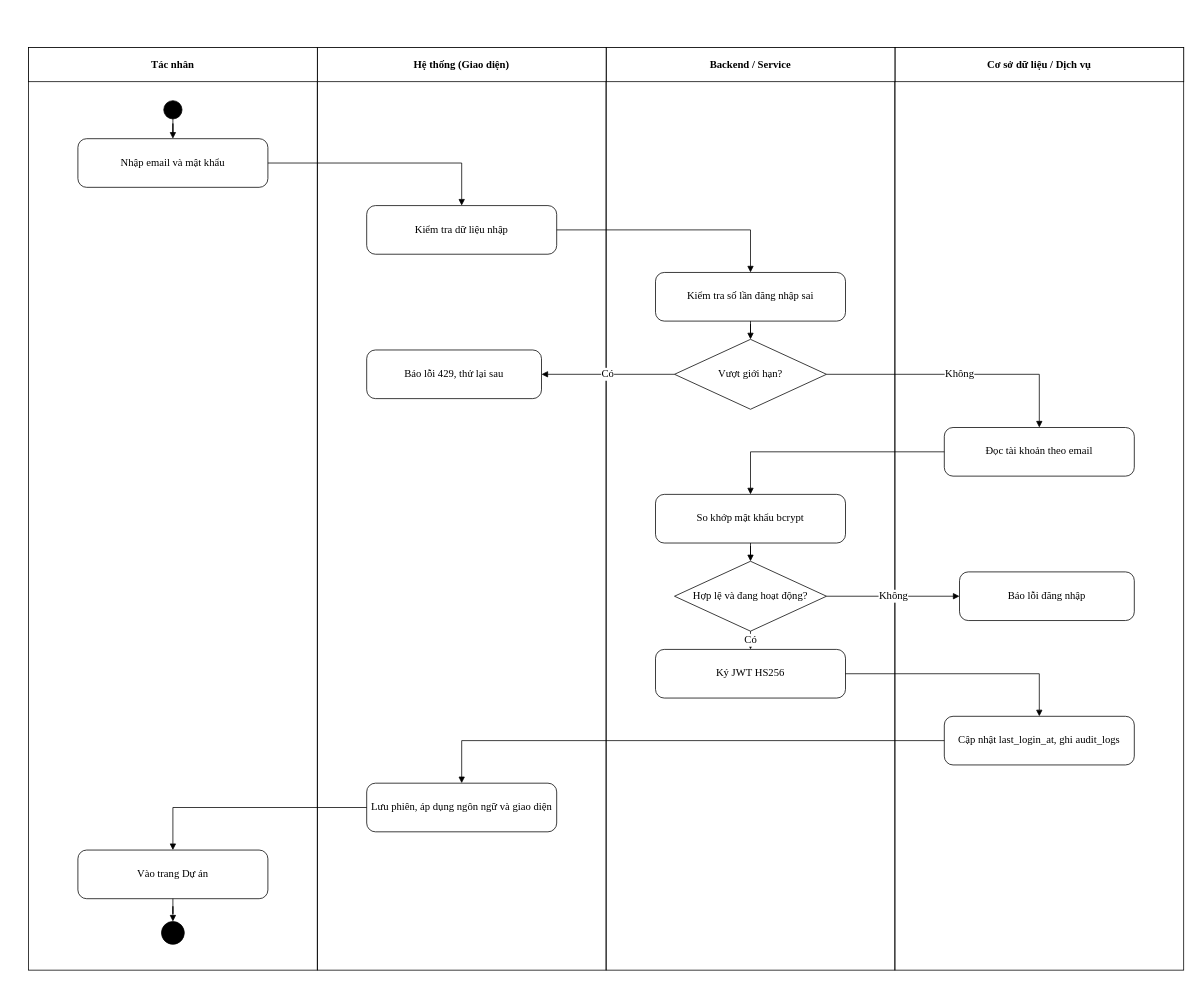
Before: page "Hình 2.3. Biểu đồ hoạt động chức năng đăng nhập" (4 of 29) of docs/bao-cao/bieu-do-bao-cao.drawio in nguyentrongtuyen3101/HYBRID-ACCHECK, a draw.io diagram. Source tidied: cells renumbered, new cells numbered last; positions are measured from the earlier drawing's top-left corner, leaving out a move shared by most shapes. Both pictures are drawn from the tidied source at 76%, with x=0, y=0 at pixel (28, 47).
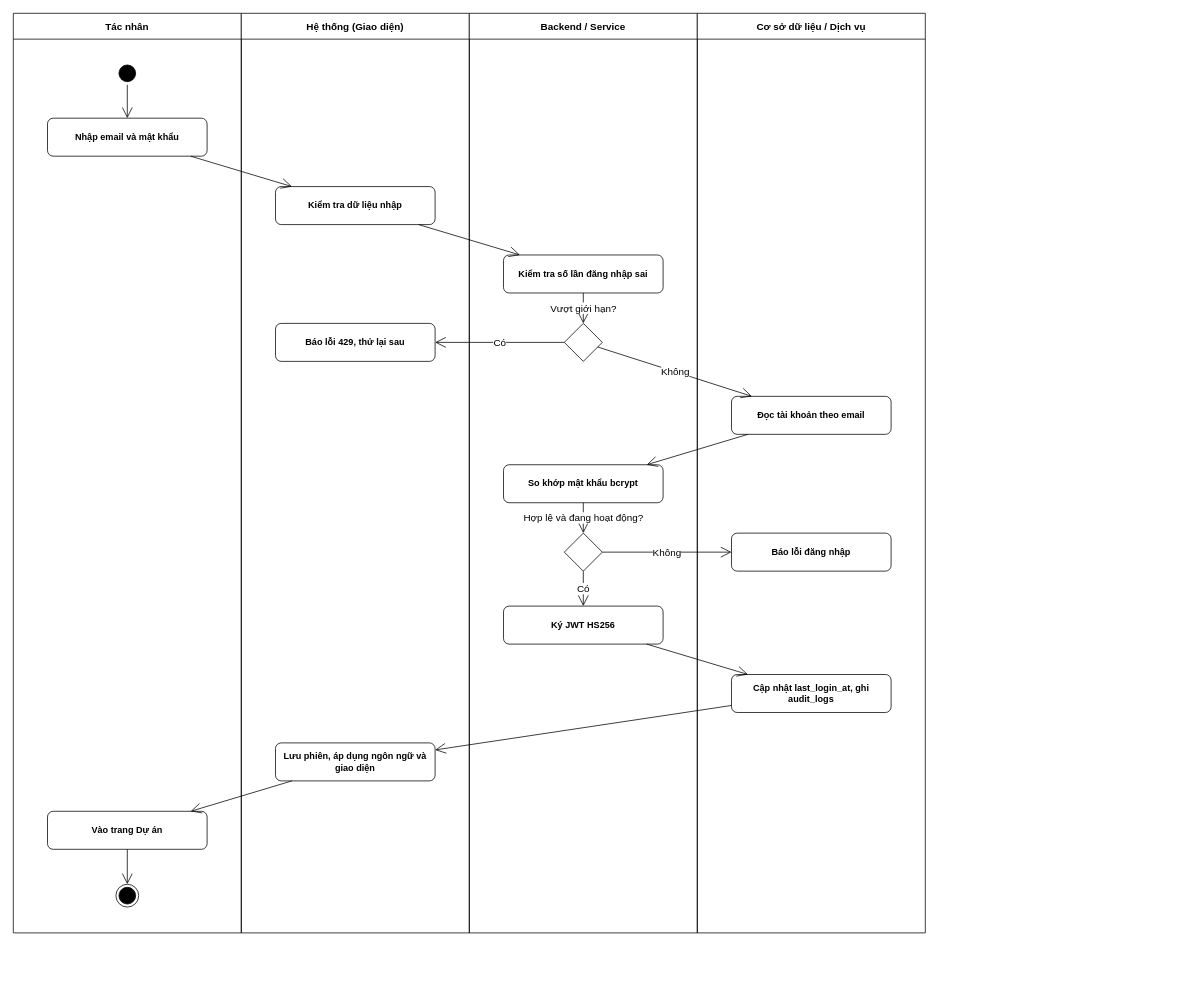
The same page after the edit.

Commit message (it also covers changes not shown here):
Báo cáo: vẽ lại 29 biểu đồ theo style UML mẫu mới, cập nhật thư mục reqsentinel

- bieu-do-bao-cao.drawio: use case/hoạt động/trình tự (BCE)/lớp/CSDL/kiến trúc/triển khai
  vẽ lại đen trắng, font mặc định, mũi tên mở; nội dung giữ nguyên
- docx: thay ảnh Hình 1.2, 2.1–2.27, 3.1; tính lại số trang mục lục/danh mục (86 trang)
- sửa 2 câu hướng dẫn triển khai: deploy/ -> reqsentinel/, lệnh ./reqsentinel/up.sh

Diff of the diagram source:
```diff
@@
+    <mxCell id="8" value="Tác nhân" style="swimlane;whiteSpace=wrap;html=1;startSize=34;fontStyle=1;fontSize=13;" parent="1" vertex="1">
+      <mxGeometry x="-20" y="-45" width="300" height="1210" as="geometry" />
+    </mxCell>
+    <mxCell id="6" value="Hệ thống (Giao diện)" style="swimlane;whiteSpace=wrap;html=1;startSize=34;fontStyle=1;fontSize=13;" parent="1" vertex="1">
+      <mxGeometry x="280" y="-45" width="300" height="1210" as="geometry" />
+    </mxCell>
+    <mxCell id="4" value="Backend / Service" style="swimlane;whiteSpace=wrap;html=1;startSize=34;fontStyle=1;fontSize=13;" parent="1" vertex="1">
+      <mxGeometry x="580" y="-45" width="300" height="1210" as="geometry" />
+    </mxCell>
-    <mxCell id="2" style="rounded=0;fillColor=none;strokeColor=#000000;" parent="1" vertex="1">
-      <mxGeometry x="1140" width="380" height="1214" as="geometry" />
+    <mxCell id="2" value="Cơ sở dữ liệu / Dịch vụ" style="swimlane;whiteSpace=wrap;html=1;startSize=34;fontStyle=1;fontSize=13;" parent="1" vertex="1">
+      <mxGeometry x="880" y="-45" width="300" height="1210" as="geometry" />
     </mxCell>
-    <mxCell id="3" value="Cơ sở dữ liệu / Dịch vụ" style="fontFamily=Times New Roman;fontSize=14;whiteSpace=wrap;html=1;align=center;verticalAlign=middle;rounded=0;fillColor=#ffffff;strokeColor=#000000;strokeWidth=1;fontStyle=1;" parent="1" vertex="1">
-      <mxGeometry x="1140" width="380" height="45" as="geometry" />
-    </mxCell>
-    <mxCell id="4" style="rounded=0;fillColor=none;strokeColor=#000000;" parent="1" vertex="1">
-      <mxGeometry x="760" width="380" height="1214" as="geometry" />
-    </mxCell>
-    <mxCell id="5" value="Backend / Service" style="fontFamily=Times New Roman;fontSize=14;whiteSpace=wrap;html=1;align=center;verticalAlign=middle;rounded=0;fillColor=#ffffff;strokeColor=#000000;strokeWidth=1;fontStyle=1;" parent="1" vertex="1">
-      <mxGeometry x="760" width="380" height="45" as="geometry" />
-    </mxCell>
-    <mxCell id="6" style="rounded=0;fillColor=none;strokeColor=#000000;" parent="1" vertex="1">
-      <mxGeometry x="380" width="380" height="1214" as="geometry" />
-    </mxCell>
-    <mxCell id="7" value="Hệ thống (Giao diện)" style="fontFamily=Times New Roman;fontSize=14;whiteSpace=wrap;html=1;align=center;verticalAlign=middle;rounded=0;fillColor=#ffffff;strokeColor=#000000;strokeWidth=1;fontStyle=1;" parent="1" vertex="1">
-      <mxGeometry x="380" width="380" height="45" as="geometry" />
-    </mxCell>
-    <mxCell id="8" style="rounded=0;fillColor=none;strokeColor=#000000;" parent="1" vertex="1">
-      <mxGeometry width="380" height="1214" as="geometry" />
-    </mxCell>
-    <mxCell id="9" value="Tác nhân" style="fontFamily=Times New Roman;fontSize=14;whiteSpace=wrap;html=1;align=center;verticalAlign=middle;rounded=0;fillColor=#ffffff;strokeColor=#000000;strokeWidth=1;fontStyle=1;" parent="1" vertex="1">
-      <mxGeometry width="380" height="45" as="geometry" />
-    </mxCell>
-    <mxCell id="10" style="ellipse;fillColor=#000000;strokeColor=#000000;" parent="1" vertex="1">
-      <mxGeometry x="178" y="70" width="24" height="24" as="geometry" />
+    <mxCell id="10" style="ellipse;html=1;shape=startState;fillColor=#000000;strokeColor=#000000;" parent="1" vertex="1">
+      <mxGeometry x="115" y="19" width="30" height="30" as="geometry" />
     </mxCell>
-    <mxCell id="11" value="Nhập email và mật khẩu" style="fontFamily=Times New Roman;fontSize=14;whiteSpace=wrap;html=1;align=center;verticalAlign=middle;rounded=1;arcSize=18;fillColor=#ffffff;strokeColor=#000000;strokeWidth=1;" parent="1" vertex="1">
-      <mxGeometry x="65" y="120" width="250" height="64" as="geometry" />
+    <mxCell id="11" value="Nhập email và mật khẩu" style="rounded=1;whiteSpace=wrap;html=1;fontSize=12;fontStyle=1;" parent="1" vertex="1">
+      <mxGeometry x="25" y="93" width="210" height="50" as="geometry" />
     </mxCell>
-    <mxCell id="12" style="fontFamily=Times New Roman;fontSize=14;edgeStyle=orthogonalEdgeStyle;rounded=0;jettySize=auto;html=1;endArrow=block;endFill=1;strokeColor=#000000;strokeWidth=1;" parent="1" edge="1" source="10" target="11">
+    <mxCell id="12" style="endArrow=open;endFill=1;endSize=12;html=1;rounded=0;fontSize=13;" parent="1" edge="1" source="10" target="11">
       <mxGeometry relative="1" as="geometry" />
     </mxCell>
-    <mxCell id="13" value="Kiểm tra dữ liệu nhập" style="fontFamily=Times New Roman;fontSize=14;whiteSpace=wrap;html=1;align=center;verticalAlign=middle;rounded=1;arcSize=18;fillColor=#ffffff;strokeColor=#000000;strokeWidth=1;" parent="1" vertex="1">
-      <mxGeometry x="445" y="208" width="250" height="64" as="geometry" />
+    <mxCell id="13" value="Kiểm tra dữ liệu nhập" style="rounded=1;whiteSpace=wrap;html=1;fontSize=12;fontStyle=1;" parent="1" vertex="1">
+      <mxGeometry x="325" y="183" width="210" height="50" as="geometry" />
     </mxCell>
-    <mxCell id="14" style="fontFamily=Times New Roman;fontSize=14;edgeStyle=orthogonalEdgeStyle;rounded=0;jettySize=auto;html=1;endArrow=block;endFill=1;strokeColor=#000000;strokeWidth=1;" parent="1" edge="1" source="11" target="13">
+    <mxCell id="14" style="endArrow=open;endFill=1;endSize=12;html=1;rounded=0;fontSize=13;" parent="1" edge="1" source="11" target="13">
       <mxGeometry relative="1" as="geometry" />
     </mxCell>
-    <mxCell id="15" value="Kiểm tra số lần đăng nhập sai" style="fontFamily=Times New Roman;fontSize=14;whiteSpace=wrap;html=1;align=center;verticalAlign=middle;rounded=1;arcSize=18;fillColor=#ffffff;strokeColor=#000000;strokeWidth=1;" parent="1" vertex="1">
-      <mxGeometry x="825" y="296" width="250" height="64" as="geometry" />
+    <mxCell id="15" value="Kiểm tra số lần đăng nhập sai" style="rounded=1;whiteSpace=wrap;html=1;fontSize=12;fontStyle=1;" parent="1" vertex="1">
+      <mxGeometry x="625" y="273" width="210" height="50" as="geometry" />
     </mxCell>
-    <mxCell id="16" style="fontFamily=Times New Roman;fontSize=14;edgeStyle=orthogonalEdgeStyle;rounded=0;jettySize=auto;html=1;endArrow=block;endFill=1;strokeColor=#000000;strokeWidth=1;" parent="1" edge="1" source="13" target="15">
+    <mxCell id="16" style="endArrow=open;endFill=1;endSize=12;html=1;rounded=0;fontSize=13;" parent="1" edge="1" source="13" target="15">
       <mxGeometry relative="1" as="geometry" />
     </mxCell>
-    <mxCell id="17" value="Vượt giới hạn?" style="fontFamily=Times New Roman;fontSize=14;whiteSpace=wrap;html=1;align=center;verticalAlign=middle;rhombus;fillColor=#ffffff;strokeColor=#000000;" parent="1" vertex="1">
-      <mxGeometry x="850" y="384" width="200" height="92" as="geometry" />
+    <mxCell id="17" style="rhombus;whiteSpace=wrap;html=1;" parent="1" vertex="1">
+      <mxGeometry x="705" y="363" width="50" height="50" as="geometry" />
     </mxCell>
-    <mxCell id="18" style="fontFamily=Times New Roman;fontSize=14;edgeStyle=orthogonalEdgeStyle;rounded=0;jettySize=auto;html=1;endArrow=block;endFill=1;strokeColor=#000000;strokeWidth=1;" parent="1" edge="1" source="15" target="17">
+    <mxCell id="18" value="Vượt giới hạn?" style="endArrow=open;endFill=1;endSize=12;html=1;rounded=0;fontSize=13;" parent="1" edge="1" source="15" target="17">
       <mxGeometry relative="1" as="geometry" />
     </mxCell>
-    <mxCell id="19" value="Báo lỗi 429, thử lại sau" style="fontFamily=Times New Roman;fontSize=14;whiteSpace=wrap;html=1;align=center;verticalAlign=middle;rounded=1;arcSize=18;fillColor=#ffffff;strokeColor=#000000;strokeWidth=1;" parent="1" vertex="1">
-      <mxGeometry x="445" y="398" width="230" height="64" as="geometry" />
+    <mxCell id="19" value="Báo lỗi 429, thử lại sau" style="rounded=1;whiteSpace=wrap;html=1;fontSize=12;fontStyle=1;" parent="1" vertex="1">
+      <mxGeometry x="325" y="363" width="210" height="50" as="geometry" />
     </mxCell>
-    <mxCell id="20" value="Có" style="fontFamily=Times New Roman;fontSize=14;edgeStyle=orthogonalEdgeStyle;rounded=0;jettySize=auto;html=1;endArrow=block;endFill=1;strokeColor=#000000;strokeWidth=1;" parent="1" edge="1" source="17" target="19">
+    <mxCell id="20" value="Có" style="endArrow=open;endFill=1;endSize=12;html=1;rounded=0;fontSize=13;" parent="1" edge="1" source="17" target="19">
       <mxGeometry relative="1" as="geometry" />
     </mxCell>
-    <mxCell id="21" value="Đọc tài khoản theo email" style="fontFamily=Times New Roman;fontSize=14;whiteSpace=wrap;html=1;align=center;verticalAlign=middle;rounded=1;arcSize=18;fillColor=#ffffff;strokeColor=#000000;strokeWidth=1;" parent="1" vertex="1">
-      <mxGeometry x="1205" y="500" width="250" height="64" as="geometry" />
+    <mxCell id="21" value="Đọc tài khoản theo email" style="rounded=1;whiteSpace=wrap;html=1;fontSize=12;fontStyle=1;" parent="1" vertex="1">
+      <mxGeometry x="925" y="459" width="210" height="50" as="geometry" />
     </mxCell>
-    <mxCell id="22" value="Không" style="fontFamily=Times New Roman;fontSize=14;edgeStyle=orthogonalEdgeStyle;rounded=0;jettySize=auto;html=1;endArrow=block;endFill=1;strokeColor=#000000;strokeWidth=1;" parent="1" edge="1" source="17" target="21">
+    <mxCell id="22" value="Không" style="endArrow=open;endFill=1;endSize=12;html=1;rounded=0;fontSize=13;" parent="1" edge="1" source="17" target="21">
       <mxGeometry relative="1" as="geometry" />
     </mxCell>
-    <mxCell id="23" value="So khớp mật khẩu bcrypt" style="fontFamily=Times New Roman;fontSize=14;whiteSpace=wrap;html=1;align=center;verticalAlign=middle;rounded=1;arcSize=18;fillColor=#ffffff;strokeColor=#000000;strokeWidth=1;" parent="1" vertex="1">
-      <mxGeometry x="825" y="588" width="250" height="64" as="geometry" />
+    <mxCell id="23" value="So khớp mật khẩu bcrypt" style="rounded=1;whiteSpace=wrap;html=1;fontSize=12;fontStyle=1;" parent="1" vertex="1">
+      <mxGeometry x="625" y="549" width="210" height="50" as="geometry" />
     </mxCell>
-    <mxCell id="24" style="fontFamily=Times New Roman;fontSize=14;edgeStyle=orthogonalEdgeStyle;rounded=0;jettySize=auto;html=1;endArrow=block;endFill=1;strokeColor=#000000;strokeWidth=1;" parent="1" edge="1" source="21" target="23">
+    <mxCell id="24" style="endArrow=open;endFill=1;endSize=12;html=1;rounded=0;fontSize=13;" parent="1" edge="1" source="21" target="23">
       <mxGeometry relative="1" as="geometry" />
     </mxCell>
-    <mxCell id="25" value="Hợp lệ và đang hoạt động?" style="fontFamily=Times New Roman;fontSize=14;whiteSpace=wrap;html=1;align=center;verticalAlign=middle;rhombus;fillColor=#ffffff;strokeColor=#000000;" parent="1" vertex="1">
-      <mxGeometry x="850" y="676" width="200" height="92" as="geometry" />
+    <mxCell id="25" style="rhombus;whiteSpace=wrap;html=1;" parent="1" vertex="1">
+      <mxGeometry x="705" y="639" width="50" height="50" as="geometry" />
     </mxCell>
-    <mxCell id="26" style="fontFamily=Times New Roman;fontSize=14;edgeStyle=orthogonalEdgeStyle;rounded=0;jettySize=auto;html=1;endArrow=block;endFill=1;strokeColor=#000000;strokeWidth=1;" parent="1" edge="1" source="23" target="25">
+    <mxCell id="26" value="Hợp lệ và đang hoạt động?" style="endArrow=open;endFill=1;endSize=12;html=1;rounded=0;fontSize=13;" parent="1" edge="1" source="23" target="25">
       <mxGeometry relative="1" as="geometry" />
     </mxCell>
-    <mxCell id="27" value="Báo lỗi đăng nhập" style="fontFamily=Times New Roman;fontSize=14;whiteSpace=wrap;html=1;align=center;verticalAlign=middle;rounded=1;arcSize=18;fillColor=#ffffff;strokeColor=#000000;strokeWidth=1;" parent="1" vertex="1">
-      <mxGeometry x="1225" y="690" width="230" height="64" as="geometry" />
+    <mxCell id="27" value="Báo lỗi đăng nhập" style="rounded=1;whiteSpace=wrap;html=1;fontSize=12;fontStyle=1;" parent="1" vertex="1">
+      <mxGeometry x="925" y="639" width="210" height="50" as="geometry" />
     </mxCell>
-    <mxCell id="28" value="Không" style="fontFamily=Times New Roman;fontSize=14;edgeStyle=orthogonalEdgeStyle;rounded=0;jettySize=auto;html=1;endArrow=block;endFill=1;strokeColor=#000000;strokeWidth=1;" parent="1" edge="1" source="25" target="27">
+    <mxCell id="28" value="Không" style="endArrow=open;endFill=1;endSize=12;html=1;rounded=0;fontSize=13;" parent="1" edge="1" source="25" target="27">
       <mxGeometry relative="1" as="geometry" />
     </mxCell>
-    <mxCell id="29" value="Ký JWT HS256" style="fontFamily=Times New Roman;fontSize=14;whiteSpace=wrap;html=1;align=center;verticalAlign=middle;rounded=1;arcSize=18;fillColor=#ffffff;strokeColor=#000000;strokeWidth=1;" parent="1" vertex="1">
-      <mxGeometry x="825" y="792" width="250" height="64" as="geometry" />
+    <mxCell id="29" value="Ký JWT HS256" style="rounded=1;whiteSpace=wrap;html=1;fontSize=12;fontStyle=1;" parent="1" vertex="1">
+      <mxGeometry x="625" y="735" width="210" height="50" as="geometry" />
     </mxCell>
-    <mxCell id="30" value="Có" style="fontFamily=Times New Roman;fontSize=14;edgeStyle=orthogonalEdgeStyle;rounded=0;jettySize=auto;html=1;endArrow=block;endFill=1;strokeColor=#000000;strokeWidth=1;" parent="1" edge="1" source="25" target="29">
+    <mxCell id="30" value="Có" style="endArrow=open;endFill=1;endSize=12;html=1;rounded=0;fontSize=13;" parent="1" edge="1" source="25" target="29">
       <mxGeometry relative="1" as="geometry" />
     </mxCell>
-    <mxCell id="31" value="Cập nhật last_login_at, ghi audit_logs" style="fontFamily=Times New Roman;fontSize=14;whiteSpace=wrap;html=1;align=center;verticalAlign=middle;rounded=1;arcSize=18;fillColor=#ffffff;strokeColor=#000000;strokeWidth=1;" parent="1" vertex="1">
-      <mxGeometry x="1205" y="880" width="250" height="64" as="geometry" />
+    <mxCell id="31" value="Cập nhật last_login_at, ghi audit_logs" style="rounded=1;whiteSpace=wrap;html=1;fontSize=12;fontStyle=1;" parent="1" vertex="1">
+      <mxGeometry x="925" y="825" width="210" height="50" as="geometry" />
     </mxCell>
-    <mxCell id="32" style="fontFamily=Times New Roman;fontSize=14;edgeStyle=orthogonalEdgeStyle;rounded=0;jettySize=auto;html=1;endArrow=block;endFill=1;strokeColor=#000000;strokeWidth=1;" parent="1" edge="1" source="29" target="31">
+    <mxCell id="32" style="endArrow=open;endFill=1;endSize=12;html=1;rounded=0;fontSize=13;" parent="1" edge="1" source="29" target="31">
       <mxGeometry relative="1" as="geometry" />
     </mxCell>
-    <mxCell id="33" value="Lưu phiên, áp dụng ngôn ngữ và giao diện" style="fontFamily=Times New Roman;fontSize=14;whiteSpace=wrap;html=1;align=center;verticalAlign=middle;rounded=1;arcSize=18;fillColor=#ffffff;strokeColor=#000000;strokeWidth=1;" parent="1" vertex="1">
-      <mxGeometry x="445" y="968" width="250" height="64" as="geometry" />
+    <mxCell id="33" value="Lưu phiên, áp dụng ngôn ngữ và giao diện" style="rounded=1;whiteSpace=wrap;html=1;fontSize=12;fontStyle=1;" parent="1" vertex="1">
+      <mxGeometry x="325" y="915" width="210" height="50" as="geometry" />
     </mxCell>
-    <mxCell id="34" style="fontFamily=Times New Roman;fontSize=14;edgeStyle=orthogonalEdgeStyle;rounded=0;jettySize=auto;html=1;endArrow=block;endFill=1;strokeColor=#000000;strokeWidth=1;" parent="1" edge="1" source="31" target="33">
+    <mxCell id="34" style="endArrow=open;endFill=1;endSize=12;html=1;rounded=0;fontSize=13;" parent="1" edge="1" source="31" target="33">
       <mxGeometry relative="1" as="geometry" />
     </mxCell>
-    <mxCell id="35" value="Vào trang Dự án" style="fontFamily=Times New Roman;fontSize=14;whiteSpace=wrap;html=1;align=center;verticalAlign=middle;rounded=1;arcSize=18;fillColor=#ffffff;strokeColor=#000000;strokeWidth=1;" parent="1" vertex="1">
-      <mxGeometry x="65" y="1056" width="250" height="64" as="geometry" />
+    <mxCell id="35" value="Vào trang Dự án" style="rounded=1;whiteSpace=wrap;html=1;fontSize=12;fontStyle=1;" parent="1" vertex="1">
+      <mxGeometry x="25" y="1005" width="210" height="50" as="geometry" />
     </mxCell>
-    <mxCell id="36" style="fontFamily=Times New Roman;fontSize=14;edgeStyle=orthogonalEdgeStyle;rounded=0;jettySize=auto;html=1;endArrow=block;endFill=1;strokeColor=#000000;strokeWidth=1;" parent="1" edge="1" source="33" target="35">
+    <mxCell id="36" style="endArrow=open;endFill=1;endSize=12;html=1;rounded=0;fontSize=13;" parent="1" edge="1" source="33" target="35">
       <mxGeometry relative="1" as="geometry" />
     </mxCell>
-    <mxCell id="37" style="ellipse;shape=doubleEllipse;margin=3;fillColor=#000000;strokeColor=#000000;" parent="1" vertex="1">
-      <mxGeometry x="175" y="1150" width="30" height="30" as="geometry" />
+    <mxCell id="37" style="ellipse;html=1;shape=endState;fillColor=#000000;strokeColor=#000000;" parent="1" vertex="1">
+      <mxGeometry x="115" y="1101" width="30" height="30" as="geometry" />
     </mxCell>
-    <mxCell id="38" style="fontFamily=Times New Roman;fontSize=14;edgeStyle=orthogonalEdgeStyle;rounded=0;jettySize=auto;html=1;endArrow=block;endFill=1;strokeColor=#000000;strokeWidth=1;" parent="1" edge="1" source="35" target="37">
+    <mxCell id="38" style="endArrow=open;endFill=1;endSize=12;html=1;rounded=0;fontSize=13;" parent="1" edge="1" source="35" target="37">
       <mxGeometry relative="1" as="geometry" />
     </mxCell>
```
